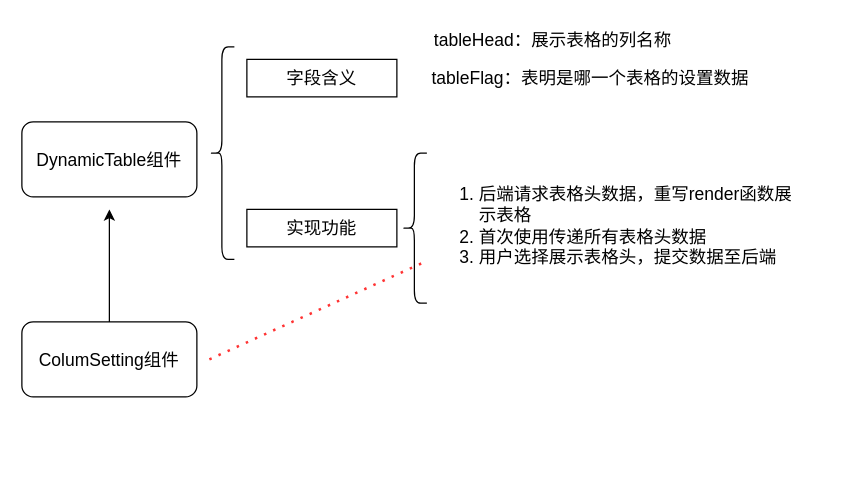
Earlier version of the draw.io diagram 动态表格组件设计思路.drawio (qw-null/drawio). Source tidied: cells renumbered, new cells numbered last; positions are measured from the earlier drawing's top-left corner, leaving out a move shared by most shapes. Both pictures are drawn from the tidied source at 125%, with x=0, y=0 at pixel (21, 21).
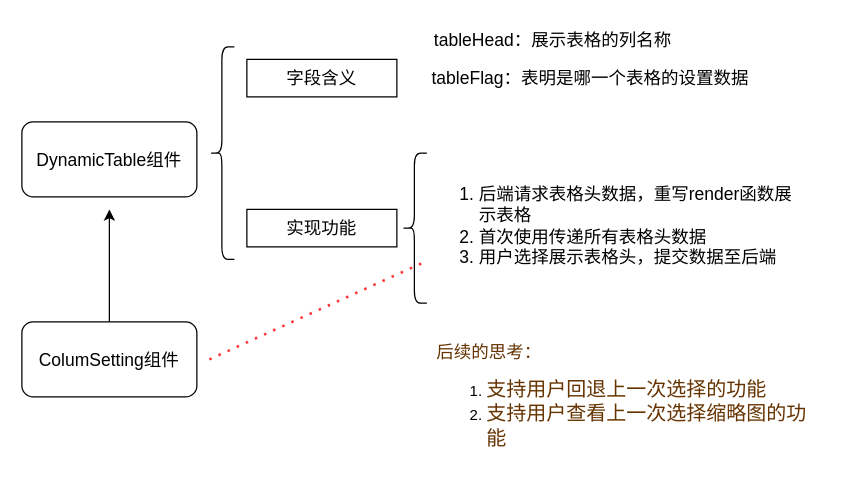
Above is the later version.

Commit message (it also covers changes not shown here):
更新动态表格组件设计思路.drawio

Change to the diagram source:
```diff
@@
 <mxGraphModel>
   <root>
     <mxCell id="0" />
     <mxCell id="1" parent="0" />
     <mxCell id="2" value="&lt;font style=&quot;font-size: 14px;&quot;&gt;DynamicTable组件&lt;/font&gt;" style="rounded=1;whiteSpace=wrap;html=1;fontSize=18;" parent="1" vertex="1">
       <mxGeometry y="80" width="140" height="60" as="geometry" />
     </mxCell>
     <mxCell id="3" style="shape=curlyBracket;whiteSpace=wrap;html=1;rounded=1;fontSize=14;" parent="1" vertex="1">
       <mxGeometry x="150" y="20" width="20" height="170" as="geometry" />
     </mxCell>
     <mxCell id="4" value="字段含义" style="rounded=0;whiteSpace=wrap;html=1;fontSize=14;" parent="1" vertex="1">
       <mxGeometry x="180" y="30" width="120" height="30" as="geometry" />
     </mxCell>
     <mxCell id="5" value="实现功能" style="rounded=0;whiteSpace=wrap;html=1;fontSize=14;" parent="1" vertex="1">
       <mxGeometry x="180" y="150" width="120" height="30" as="geometry" />
     </mxCell>
     <mxCell id="6" value="tableHead：展示表格的列名称" style="text;html=1;strokeColor=none;fillColor=none;align=center;verticalAlign=middle;whiteSpace=wrap;rounded=0;fontSize=14;" parent="1" vertex="1">
       <mxGeometry x="300" width="250" height="30" as="geometry" />
     </mxCell>
     <mxCell id="7" style="shape=curlyBracket;whiteSpace=wrap;html=1;rounded=1;fontSize=14;" parent="1" vertex="1">
       <mxGeometry x="304" y="105" width="20" height="120" as="geometry" />
     </mxCell>
     <mxCell id="8" value="&lt;ol&gt;&lt;li&gt;后端请求表格头数据，重写render函数展示表格&lt;/li&gt;&lt;li&gt;首次使用传递所有表格头数据&lt;/li&gt;&lt;li&gt;用户选择展示表格头，提交数据至后端&lt;/li&gt;&lt;/ol&gt;" style="text;strokeColor=none;fillColor=none;html=1;whiteSpace=wrap;verticalAlign=middle;overflow=hidden;fontSize=14;" parent="1" vertex="1">
       <mxGeometry x="324" y="105" width="300" height="115" as="geometry" />
     </mxCell>
     <mxCell id="9" style="edgeStyle=orthogonalEdgeStyle;rounded=0;jettySize=auto;html=1;exitX=0.5;exitY=0;exitDx=0;exitDy=0;fontSize=14;" parent="1" edge="1" source="10">
       <mxGeometry relative="1" as="geometry">
         <mxPoint x="70" y="150" as="targetPoint" />
       </mxGeometry>
     </mxCell>
     <mxCell id="10" value="&lt;span style=&quot;font-size: 14px;&quot;&gt;ColumSetting组件&lt;/span&gt;" style="rounded=1;whiteSpace=wrap;html=1;fontSize=18;" parent="1" vertex="1">
       <mxGeometry y="240" width="140" height="60" as="geometry" />
     </mxCell>
     <mxCell id="11" style="endArrow=none;dashed=1;html=1;dashPattern=1 3;strokeWidth=2;rounded=0;fontSize=14;entryX=0;entryY=0.75;entryDx=0;entryDy=0;strokeColor=#FF3333;" parent="1" edge="1" target="8">
       <mxGeometry relative="1" as="geometry">
         <mxPoint x="150" y="270" as="sourcePoint" />
       </mxGeometry>
     </mxCell>
     <mxCell id="12" value="tableFlag：表明是哪一个表格的设置数据" style="text;html=1;strokeColor=none;fillColor=none;align=center;verticalAlign=middle;whiteSpace=wrap;rounded=0;fontSize=14;" parent="1" vertex="1">
       <mxGeometry x="300" y="30" width="310" height="30" as="geometry" />
     </mxCell>
+    <mxCell id="13" value="&lt;font color=&quot;#663300&quot; style=&quot;font-size: 14px;&quot;&gt;后续的思考：&lt;br&gt;&lt;/font&gt;&lt;ol&gt;&lt;li&gt;&lt;font color=&quot;#663300&quot; size=&quot;3&quot;&gt;支持用户回退上一次选择的功能&lt;/font&gt;&lt;/li&gt;&lt;li&gt;&lt;font color=&quot;#663300&quot; size=&quot;3&quot;&gt;支持用户查看上一次选择缩略图的功能&lt;/font&gt;&lt;/li&gt;&lt;/ol&gt;" style="text;html=1;strokeColor=none;fillColor=none;align=left;verticalAlign=middle;whiteSpace=wrap;rounded=0;" parent="1" vertex="1">
+      <mxGeometry x="330" y="250" width="310" height="110" as="geometry" />
+    </mxCell>
   </root>
 </mxGraphModel>
```
